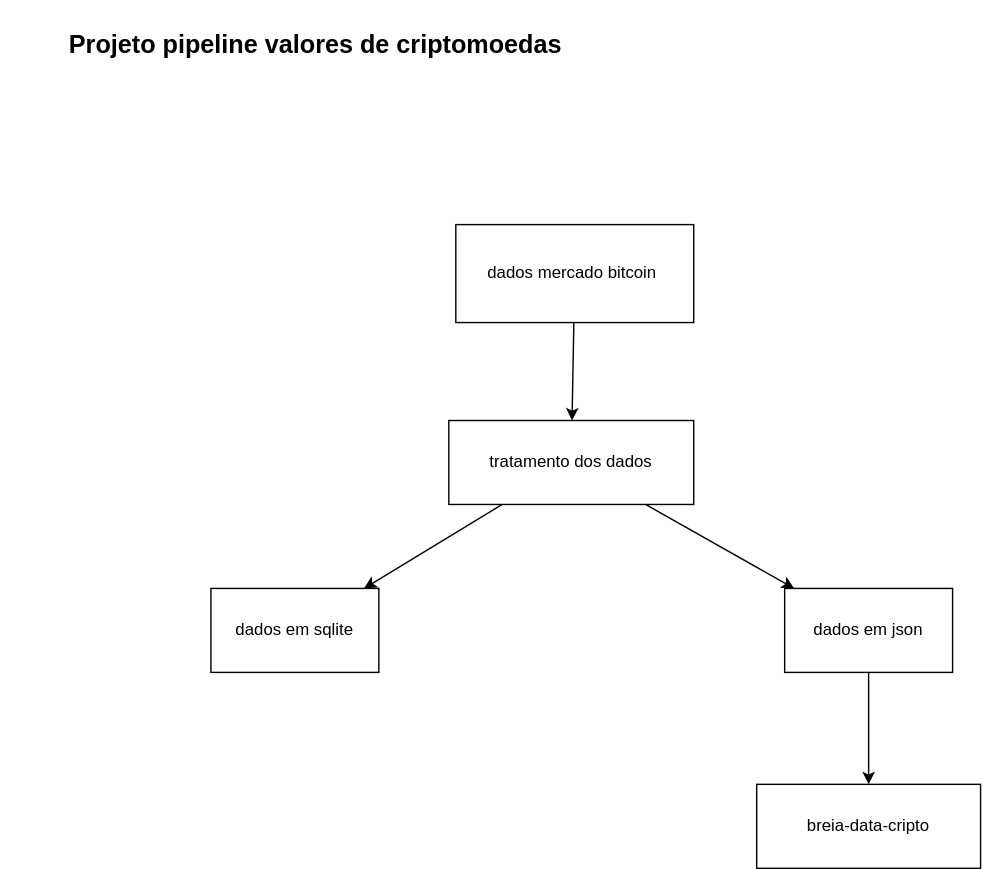
This is docs/fluxogram.svg from vbreia/pipeline-cripto-portfolio, a draw.io export, as it was before one commit. Source tidied: cells renumbered, new cells last; positions are measured from the earlier drawing's top-left corner, leaving out a move shared by most shapes.
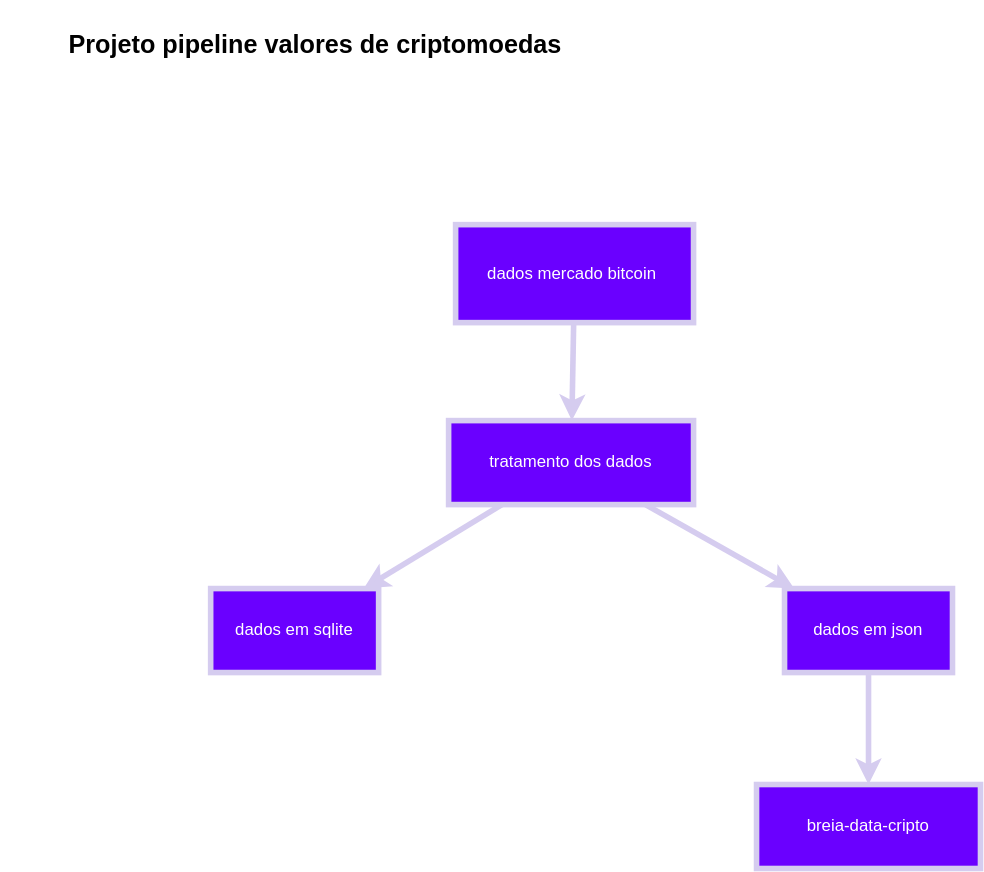
After the commit.

Commit message:
atualizando fluxograma

The edit, as a diff of the source:
```diff
@@ -2,34 +2,34 @@
   <root>
     <mxCell id="0" />
     <mxCell id="1" parent="0" />
-    <mxCell id="2" style="edgeStyle=none;html=1;" parent="1" edge="1" source="3" target="6">
+    <mxCell id="2" style="edgeStyle=none;html=1;strokeColor=#d5ccef;fillColor=#6a00ff;strokeWidth=4;shadow=0;" parent="1" edge="1" source="3" target="6">
       <mxGeometry relative="1" as="geometry" />
     </mxCell>
-    <mxCell id="3" value="dados mercado bitcoin&amp;nbsp;" style="whiteSpace=wrap;html=1;" parent="1" vertex="1">
+    <mxCell id="3" value="dados mercado bitcoin&amp;nbsp;" style="whiteSpace=wrap;html=1;fillColor=#6a00ff;fontColor=#ffffff;strokeColor=#d5ccef;strokeWidth=4;shadow=0;" parent="1" vertex="1">
       <mxGeometry x="325" y="160" width="170" height="70" as="geometry" />
     </mxCell>
-    <mxCell id="4" style="edgeStyle=none;html=1;" parent="1" edge="1" source="6" target="8">
+    <mxCell id="4" style="edgeStyle=none;html=1;strokeColor=#d5ccef;fillColor=#6a00ff;strokeWidth=4;shadow=0;" parent="1" edge="1" source="6" target="8">
       <mxGeometry relative="1" as="geometry" />
     </mxCell>
-    <mxCell id="5" style="edgeStyle=none;html=1;" parent="1" edge="1" source="6" target="9">
+    <mxCell id="5" style="edgeStyle=none;html=1;strokeColor=#d5ccef;fillColor=#6a00ff;strokeWidth=4;shadow=0;" parent="1" edge="1" source="6" target="9">
       <mxGeometry relative="1" as="geometry" />
     </mxCell>
-    <mxCell id="6" value="tratamento dos dados" style="whiteSpace=wrap;html=1;" parent="1" vertex="1">
+    <mxCell id="6" value="tratamento dos dados" style="whiteSpace=wrap;html=1;strokeColor=#d5ccef;fillColor=#6a00ff;fontColor=#ffffff;strokeWidth=4;shadow=0;" parent="1" vertex="1">
       <mxGeometry x="320" y="300" width="175" height="60" as="geometry" />
     </mxCell>
-    <mxCell id="7" style="edgeStyle=none;html=1;fontSize=18;" parent="1" edge="1" source="8" target="11">
+    <mxCell id="7" style="edgeStyle=none;html=1;fontSize=18;strokeColor=#d5ccef;fillColor=#6a00ff;strokeWidth=4;shadow=0;" parent="1" edge="1" source="8" target="11">
       <mxGeometry relative="1" as="geometry" />
     </mxCell>
-    <mxCell id="8" value="dados em json" style="whiteSpace=wrap;html=1;" parent="1" vertex="1">
+    <mxCell id="8" value="dados em json" style="whiteSpace=wrap;html=1;strokeColor=#d5ccef;fillColor=#6a00ff;fontColor=#ffffff;strokeWidth=4;shadow=0;" parent="1" vertex="1">
       <mxGeometry x="560" y="420" width="120" height="60" as="geometry" />
     </mxCell>
-    <mxCell id="9" value="dados em sqlite" style="whiteSpace=wrap;html=1;" parent="1" vertex="1">
+    <mxCell id="9" value="dados em sqlite" style="whiteSpace=wrap;html=1;fillColor=#6a00ff;fontColor=#ffffff;strokeColor=#d5ccef;strokeWidth=4;shadow=0;" parent="1" vertex="1">
       <mxGeometry x="150" y="420" width="120" height="60" as="geometry" />
     </mxCell>
     <mxCell id="10" value="&lt;h1&gt;&lt;font style=&quot;font-size: 18px;&quot;&gt;Projeto pipeline valores de criptomoedas&lt;/font&gt;&lt;/h1&gt;" style="text;strokeColor=none;align=center;fillColor=none;html=1;verticalAlign=middle;whiteSpace=wrap;rounded=0;" parent="1" vertex="1">
       <mxGeometry width="450" height="60" as="geometry" />
     </mxCell>
-    <mxCell id="11" value="breia-data-cripto" style="whiteSpace=wrap;html=1;" parent="1" vertex="1">
+    <mxCell id="11" value="breia-data-cripto" style="whiteSpace=wrap;html=1;strokeColor=#d5ccef;fillColor=#6a00ff;fontColor=#ffffff;strokeWidth=4;shadow=0;" parent="1" vertex="1">
       <mxGeometry x="540" y="560" width="160" height="60" as="geometry" />
     </mxCell>
   </root>
```
